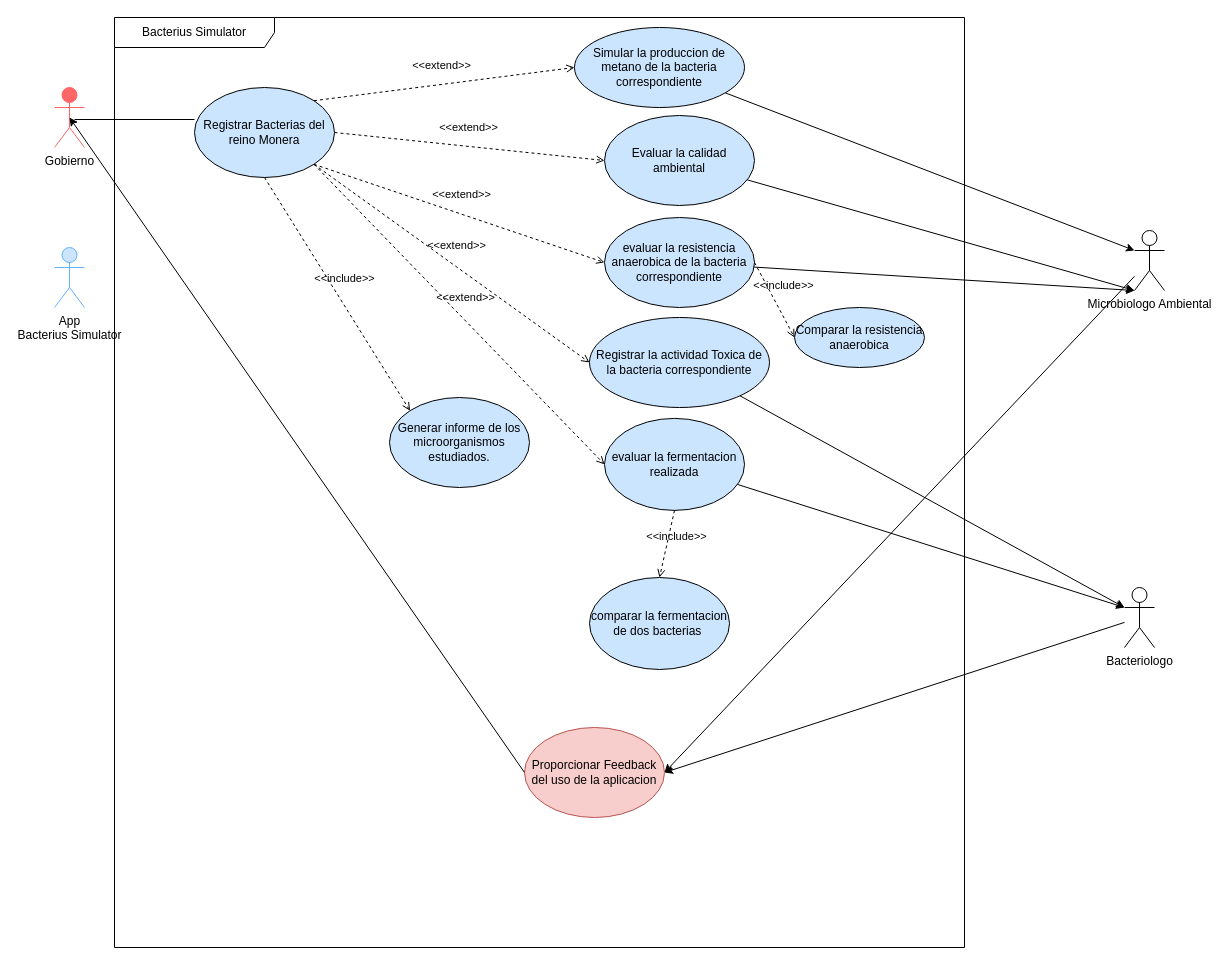
Earlier version of the draw.io diagram Design/UseCase1.drawio (C-b4s/GrupoCinco_ReinoMonera). Source tidied: cells renumbered, new cells numbered last; positions are measured from the earlier drawing's top-left corner, leaving out a move shared by most shapes. Both pictures are drawn from the tidied source at 100%, with x=0, y=0 at pixel (54, 17).
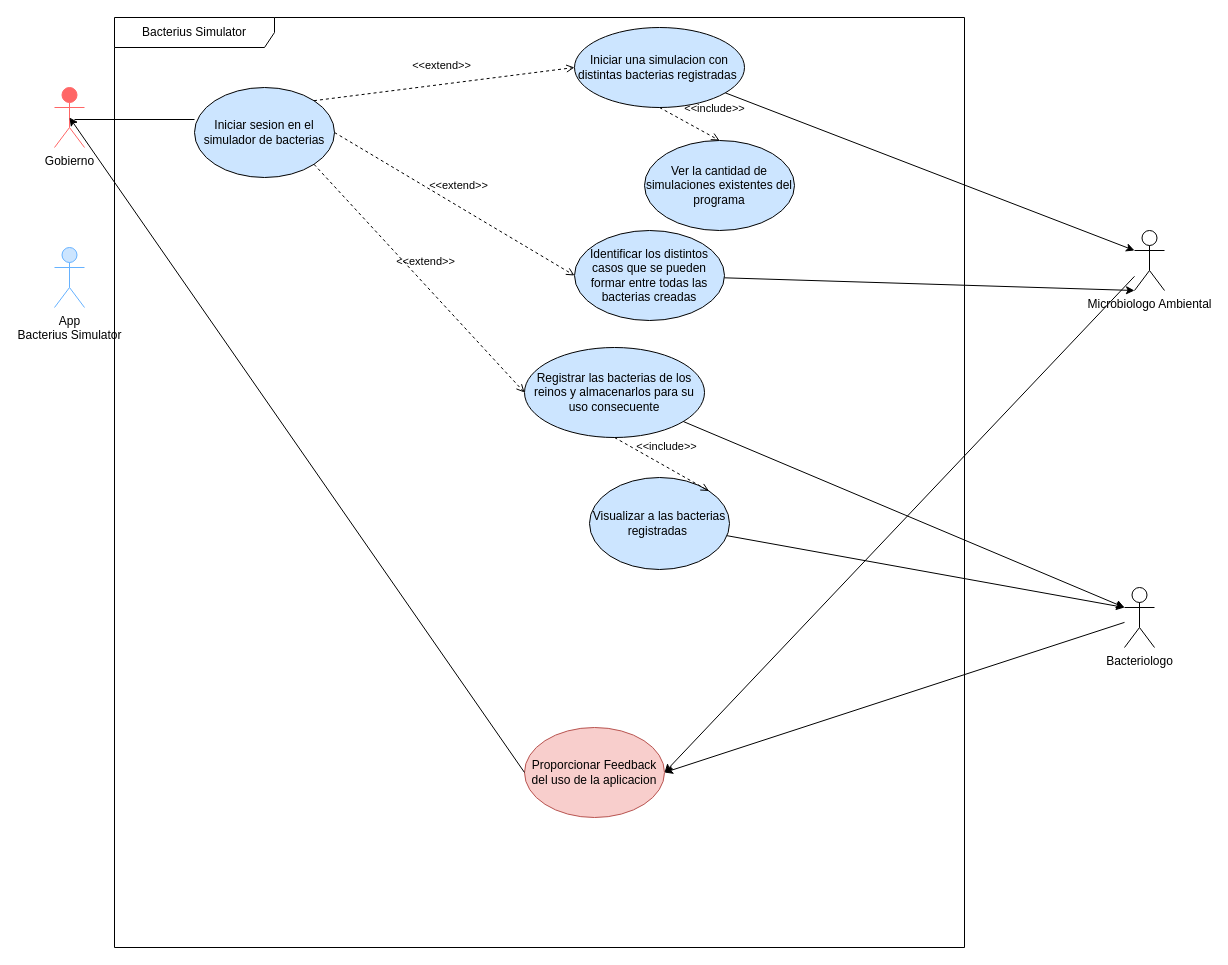
The same page after the edit.

Unchanged cells that the change refers to:
```xml
<mxCell id="2" value="Bacterius Simulator" style="shape=umlFrame;whiteSpace=wrap;html=1;width=160;" parent="1" vertex="1">
  <mxGeometry x="60" width="850" height="930" as="geometry" />
</mxCell>
<mxCell id="26" value="Microbiologo Ambiental" style="shape=umlActor;verticalLabelPosition=bottom;verticalAlign=top;html=1;" parent="1" vertex="1">
  <mxGeometry x="1080" y="213" width="30" height="60" as="geometry" />
</mxCell>
```

The edit, as a diff of the source:
```diff
@@
-    <mxCell id="3" value="Registrar Bacterias del reino Monera" style="ellipse;whiteSpace=wrap;html=1;fillColor=#CCE5FF;" parent="2" vertex="1">
+    <mxCell id="3" value="Iniciar sesion en el simulador de bacterias" style="ellipse;whiteSpace=wrap;html=1;fillColor=#CCE5FF;" parent="2" vertex="1">
       <mxGeometry x="80" y="70" width="140" height="90" as="geometry" />
     </mxCell>
-    <mxCell id="4" value="Registrar la actividad Toxica de la bacteria correspondiente" style="ellipse;whiteSpace=wrap;html=1;fillColor=#CCE5FF;" parent="2" vertex="1">
-      <mxGeometry x="475" y="300" width="180" height="90" as="geometry" />
+    <mxCell id="4" value="Registrar las bacterias de los reinos y almacenarlos para su uso consecuente" style="ellipse;whiteSpace=wrap;html=1;fillColor=#CCE5FF;" parent="2" vertex="1">
+      <mxGeometry x="410" y="330" width="180" height="90" as="geometry" />
     </mxCell>
@@
-    <mxCell id="6" value="Simular la produccion de metano de la bacteria correspondiente" style="ellipse;whiteSpace=wrap;html=1;fillColor=#CCE5FF;" parent="2" vertex="1">
+    <mxCell id="6" value="Iniciar una simulacion con distintas bacterias registradas&amp;nbsp;" style="ellipse;whiteSpace=wrap;html=1;fillColor=#CCE5FF;" parent="2" vertex="1">
       <mxGeometry x="460" y="10" width="170" height="80" as="geometry" />
     </mxCell>
-    <mxCell id="7" value="evaluar la fermentacion realizada" style="ellipse;whiteSpace=wrap;html=1;fillColor=#CCE5FF;" parent="2" vertex="1">
-      <mxGeometry x="490" y="400.9" width="140" height="92" as="geometry" />
+    <mxCell id="7" value="Visualizar a las bacterias registradas&amp;nbsp;" style="ellipse;whiteSpace=wrap;html=1;fillColor=#CCE5FF;" parent="2" vertex="1">
+      <mxGeometry x="475" y="460" width="140" height="92" as="geometry" />
     </mxCell>
-    <mxCell id="8" value="Evaluar la calidad ambiental" style="ellipse;whiteSpace=wrap;html=1;fillColor=#CCE5FF;" parent="2" vertex="1">
-      <mxGeometry x="490" y="98" width="150" height="90" as="geometry" />
+    <mxCell id="8" value="Identificar los distintos casos que se pueden formar entre todas las bacterias creadas" style="ellipse;whiteSpace=wrap;html=1;fillColor=#CCE5FF;" parent="2" vertex="1">
+      <mxGeometry x="460" y="213" width="150" height="90" as="geometry" />
     </mxCell>
-    <mxCell id="9" value="Generar informe de los microorganismos estudiados." style="ellipse;whiteSpace=wrap;html=1;fillColor=#CCE5FF;rotation=0;" parent="2" vertex="1">
-      <mxGeometry x="275" y="380" width="140" height="90" as="geometry" />
-    </mxCell>
-    <mxCell id="10" value="evaluar la resistencia anaerobica de la bacteria correspondiente" style="ellipse;whiteSpace=wrap;html=1;fillColor=#CCE5FF;" parent="2" vertex="1">
-      <mxGeometry x="490" y="200" width="150" height="90" as="geometry" />
-    </mxCell>
@@
-    <mxCell id="12" value="&amp;lt;&amp;lt;include&amp;gt;&amp;gt;" style="html=1;verticalAlign=bottom;labelBackgroundColor=none;endArrow=open;endFill=0;dashed=1;entryX=0;entryY=0;entryDx=0;entryDy=0;exitX=0.5;exitY=1;exitDx=0;exitDy=0;" parent="2" edge="1" source="3" target="9">
-      <mxGeometry x="-0.01" y="10" relative="1" as="geometry" />
-    </mxCell>
@@
-    <mxCell id="14" value="&amp;lt;&amp;lt;extend&amp;gt;&amp;gt;" style="html=1;verticalAlign=bottom;labelBackgroundColor=none;endArrow=open;endFill=0;dashed=1;exitX=1;exitY=1;exitDx=0;exitDy=0;entryX=0;entryY=0.5;entryDx=0;entryDy=0;" parent="2" edge="1" source="3" target="10">
-      <mxGeometry x="-0.01" y="10" relative="1" as="geometry" />
-    </mxCell>
@@
-    <mxCell id="16" value="&amp;lt;&amp;lt;extend&amp;gt;&amp;gt;" style="html=1;verticalAlign=bottom;labelBackgroundColor=none;endArrow=open;endFill=0;dashed=1;exitX=1;exitY=1;exitDx=0;exitDy=0;entryX=0;entryY=0.5;entryDx=0;entryDy=0;" parent="2" edge="1" source="3" target="7">
+    <mxCell id="16" value="&amp;lt;&amp;lt;include&amp;gt;&amp;gt;" style="html=1;verticalAlign=bottom;labelBackgroundColor=none;endArrow=open;endFill=0;dashed=1;exitX=0.5;exitY=1;exitDx=0;exitDy=0;entryX=1;entryY=0;entryDx=0;entryDy=0;" parent="2" edge="1" source="4" target="7">
       <mxGeometry x="-0.01" y="10" relative="1" as="geometry" />
     </mxCell>
+    <mxCell id="21" value="Proporcionar Feedback del uso de la aplicacion" style="ellipse;whiteSpace=wrap;html=1;fillColor=#f8cecc;rotation=0;strokeColor=#b85450;" parent="2" vertex="1">
+      <mxGeometry x="410" y="710" width="140" height="90" as="geometry" />
+    </mxCell>
+    <mxCell id="34" value="Ver la cantidad de simulaciones existentes del programa" style="ellipse;whiteSpace=wrap;html=1;fillColor=#CCE5FF;" parent="2" vertex="1">
+      <mxGeometry x="530" y="123" width="150" height="90" as="geometry" />
+    </mxCell>
-    <mxCell id="17" value="&amp;lt;&amp;lt;include&amp;gt;&amp;gt;" style="html=1;verticalAlign=bottom;labelBackgroundColor=none;endArrow=open;endFill=0;dashed=1;exitX=0.5;exitY=1;exitDx=0;exitDy=0;entryX=0.5;entryY=0;entryDx=0;entryDy=0;" parent="2" edge="1" source="7" target="18">
-      <mxGeometry x="-0.01" y="10" relative="1" as="geometry" />
+    <mxCell id="17" value="&amp;lt;&amp;lt;include&amp;gt;&amp;gt;" style="html=1;verticalAlign=bottom;labelBackgroundColor=none;endArrow=open;endFill=0;dashed=1;exitX=0.5;exitY=1;exitDx=0;exitDy=0;entryX=0.5;entryY=0;entryDx=0;entryDy=0;" parent="2" edge="1" source="6" target="34">
+      <mxGeometry x="0.55" y="18" relative="1" as="geometry" />
     </mxCell>
-    <mxCell id="18" value="comparar la fermentacion de dos bacterias&amp;nbsp;" style="ellipse;whiteSpace=wrap;html=1;fillColor=#CCE5FF;" parent="2" vertex="1">
-      <mxGeometry x="475" y="560" width="140" height="92" as="geometry" />
-    </mxCell>
-    <mxCell id="19" value="Comparar la resistencia anaerobica" style="ellipse;whiteSpace=wrap;html=1;fillColor=#CCE5FF;" parent="2" vertex="1">
-      <mxGeometry x="680" y="290" width="130" height="60" as="geometry" />
-    </mxCell>
-    <mxCell id="20" value="&amp;lt;&amp;lt;include&amp;gt;&amp;gt;" style="html=1;verticalAlign=bottom;labelBackgroundColor=none;endArrow=open;endFill=0;dashed=1;exitX=1;exitY=0.5;exitDx=0;exitDy=0;entryX=0;entryY=0.5;entryDx=0;entryDy=0;" parent="2" edge="1" source="10" target="19">
-      <mxGeometry x="-0.01" y="10" relative="1" as="geometry" />
-    </mxCell>
-    <mxCell id="21" value="Proporcionar Feedback del uso de la aplicacion" style="ellipse;whiteSpace=wrap;html=1;fillColor=#f8cecc;rotation=0;strokeColor=#b85450;" parent="2" vertex="1">
-      <mxGeometry x="410" y="710" width="140" height="90" as="geometry" />
-    </mxCell>
@@
-    <mxCell id="29" style="edgeStyle=none;html=1;entryX=0;entryY=1;entryDx=0;entryDy=0;entryPerimeter=0;" parent="1" edge="1" source="10" target="26">
-      <mxGeometry relative="1" as="geometry" />
-    </mxCell>
```
